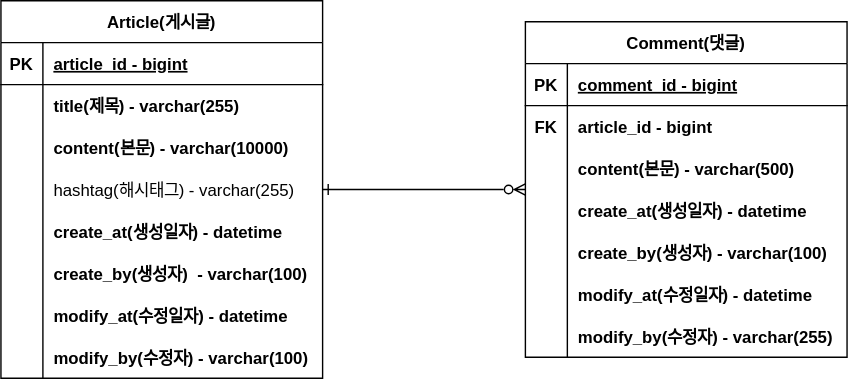
This is project_board/document/ERD.svg from unyo66/KH_Spring, a draw.io export, as it was before one commit. Source tidied: cells renumbered, new cells last; positions are measured from the earlier drawing's top-left corner, leaving out a move shared by most shapes.
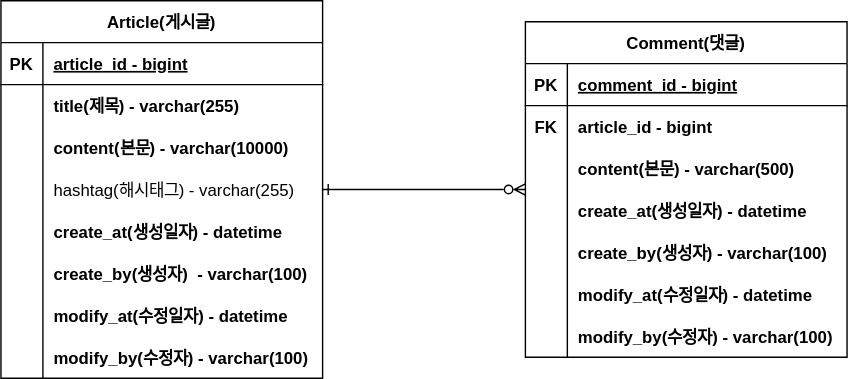
After the change.

Diff of the diagram source:
```diff
@@ -2,11 +2,6 @@
   <root>
     <mxCell id="0" />
     <mxCell id="1" parent="0" />
-    <mxCell id="2" style="edgeStyle=entityRelationEdgeStyle;endArrow=ERzeroToMany;startArrow=ERone;endFill=1;startFill=0;" parent="1" edge="1" target="x">
-      <mxGeometry relative="1" as="geometry">
-        <mxPoint x="650" y="25" as="sourcePoint" />
-      </mxGeometry>
-    </mxCell>
     <mxCell id="3" value="Article(게시글)" style="shape=table;startSize=30;rowLines=0;fontStyle=1;align=center;" parent="1" vertex="1">
       <mxGeometry width="230" height="270" as="geometry" />
     </mxCell>
@@ -148,7 +143,7 @@
     <mxCell id="49" style="shape=partialRectangle;fillColor=none;top=0;left=0;bottom=0;right=0;overflow=hidden;" parent="48" vertex="1">
       <mxGeometry width="30" height="30" as="geometry" />
     </mxCell>
-    <mxCell id="50" value="modify_by(수정자) - varchar(255)" style="shape=partialRectangle;fillColor=none;top=0;left=0;bottom=0;right=0;align=left;spacingLeft=6;overflow=hidden;fontStyle=1;" parent="48" vertex="1">
+    <mxCell id="50" value="modify_by(수정자) - varchar(100)" style="shape=partialRectangle;fillColor=none;top=0;left=0;bottom=0;right=0;align=left;spacingLeft=6;overflow=hidden;fontStyle=1;" parent="48" vertex="1">
       <mxGeometry x="30" width="200" height="30" as="geometry" />
     </mxCell>
   </root>
```
